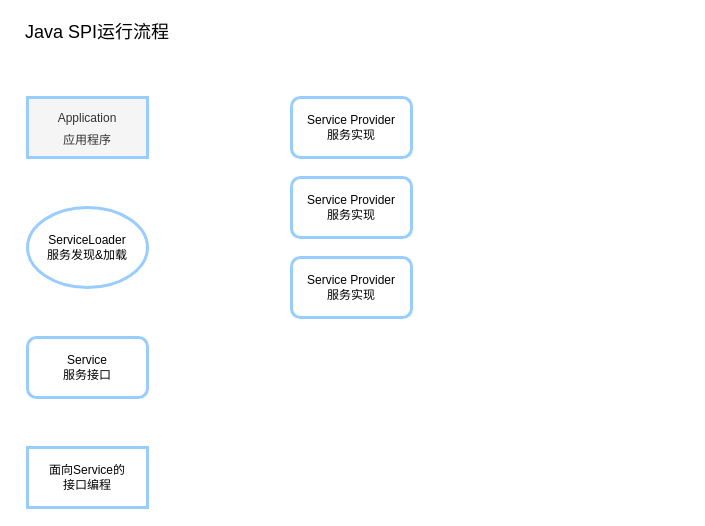
Earlier version of the draw.io diagram Java SPI运行流程.drawio (wenbojob/drawio). Source tidied: cells renumbered, new cells numbered last; positions are measured from the earlier drawing's top-left corner, leaving out a move shared by most shapes. Both pictures are drawn from the tidied source at 100%, with x=0, y=0 at pixel (17, 17).
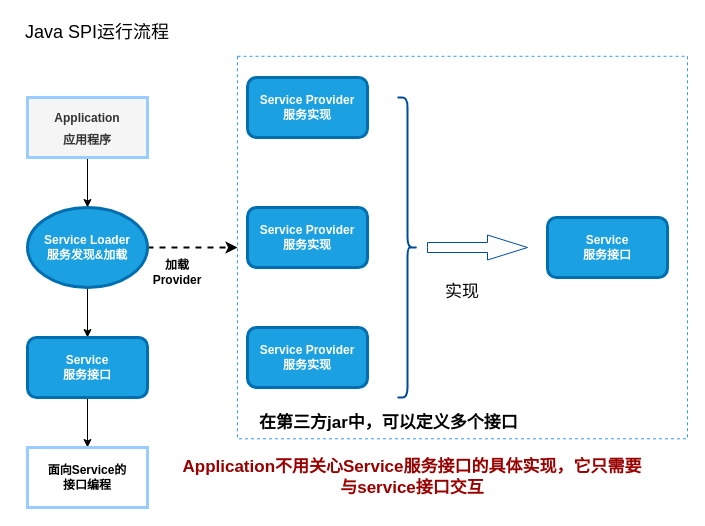
The same page after the edit.

The edit, as a diff of the source:
```diff
@@
+    <mxCell id="10" style="rounded=0;whiteSpace=wrap;html=1;strokeColor=#3399FF;fillColor=none;dashed=1;" parent="1" vertex="1">
+      <mxGeometry x="220" y="38.8" width="450" height="382.5" as="geometry" />
+    </mxCell>
@@
+    <mxCell id="11" style="edgeStyle=orthogonalEdgeStyle;rounded=0;jettySize=auto;html=1;exitX=0.5;exitY=1;exitDx=0;exitDy=0;entryX=0.5;entryY=0;entryDx=0;entryDy=0;fontSize=17;fontColor=#990000;strokeWidth=1;" parent="1" edge="1" source="3" target="4">
+      <mxGeometry relative="1" as="geometry" />
+    </mxCell>
-    <mxCell id="3" value="&lt;font style=&quot;font-size: 12px;&quot;&gt;Application&lt;br&gt;应用程序&lt;/font&gt;" style="rounded=0;whiteSpace=wrap;html=1;fontSize=18;fillColor=#f5f5f5;strokeColor=#99CCFF;fontColor=#333333;perimeterSpacing=0;strokeWidth=3;" parent="1" vertex="1">
+    <mxCell id="3" value="&lt;font style=&quot;font-size: 12px;&quot;&gt;&lt;b&gt;Application&lt;br&gt;应用程序&lt;/b&gt;&lt;/font&gt;" style="rounded=0;whiteSpace=wrap;html=1;fontSize=18;fillColor=#f5f5f5;strokeColor=#99CCFF;fontColor=#333333;perimeterSpacing=0;strokeWidth=3;" parent="1" vertex="1">
       <mxGeometry x="10" y="80" width="120" height="60" as="geometry" />
     </mxCell>
+    <mxCell id="12" style="edgeStyle=orthogonalEdgeStyle;rounded=0;jettySize=auto;html=1;entryX=0;entryY=0.5;entryDx=0;entryDy=0;dashed=1;strokeWidth=2;" parent="1" edge="1" source="4" target="10">
+      <mxGeometry relative="1" as="geometry" />
+    </mxCell>
+    <mxCell id="13" style="edgeStyle=orthogonalEdgeStyle;rounded=0;jettySize=auto;html=1;exitX=0.5;exitY=1;exitDx=0;exitDy=0;entryX=0.5;entryY=0;entryDx=0;entryDy=0;fontSize=17;fontColor=#990000;strokeWidth=1;" parent="1" edge="1" source="4" target="5">
+      <mxGeometry relative="1" as="geometry" />
+    </mxCell>
-    <mxCell id="4" value="ServiceLoader&lt;br&gt;服务发现&amp;amp;加载" style="ellipse;whiteSpace=wrap;html=1;fontSize=12;strokeColor=#99CCFF;strokeWidth=3;fillColor=default;" parent="1" vertex="1">
+    <mxCell id="4" value="&lt;b&gt;Service Loader&lt;br&gt;服务发现&amp;amp;加载&lt;/b&gt;" style="ellipse;whiteSpace=wrap;html=1;fontSize=12;strokeColor=#006EAF;strokeWidth=3;fillColor=#1ba1e2;fontColor=#ffffff;" parent="1" vertex="1">
       <mxGeometry x="10" y="190" width="120" height="80" as="geometry" />
     </mxCell>
+    <mxCell id="14" style="edgeStyle=orthogonalEdgeStyle;rounded=0;jettySize=auto;html=1;exitX=0.5;exitY=1;exitDx=0;exitDy=0;entryX=0.5;entryY=0;entryDx=0;entryDy=0;fontSize=17;fontColor=#990000;strokeWidth=1;" parent="1" edge="1" source="5" target="6">
+      <mxGeometry relative="1" as="geometry" />
+    </mxCell>
-    <mxCell id="5" value="Service&lt;br&gt;服务接口" style="rounded=1;whiteSpace=wrap;html=1;fontSize=12;strokeColor=#99CCFF;strokeWidth=3;fillColor=default;" parent="1" vertex="1">
+    <mxCell id="5" value="&lt;b&gt;Service&lt;br&gt;服务接口&lt;/b&gt;" style="rounded=1;whiteSpace=wrap;html=1;fontSize=12;strokeColor=#006EAF;strokeWidth=3;fillColor=#1ba1e2;fontColor=#ffffff;" parent="1" vertex="1">
       <mxGeometry x="10" y="320" width="120" height="60" as="geometry" />
     </mxCell>
-    <mxCell id="6" value="面向Service的&lt;br&gt;接口编程" style="rounded=0;whiteSpace=wrap;html=1;fontSize=12;strokeColor=#99CCFF;strokeWidth=3;fillColor=default;" parent="1" vertex="1">
+    <mxCell id="6" value="&lt;b&gt;面向Service的&lt;br&gt;接口编程&lt;/b&gt;" style="rounded=0;whiteSpace=wrap;html=1;fontSize=12;strokeWidth=3;strokeColor=#99CCFF;" parent="1" vertex="1">
       <mxGeometry x="10" y="430" width="120" height="60" as="geometry" />
     </mxCell>
-    <mxCell id="7" value="Service Provider&lt;br&gt;服务实现" style="rounded=1;whiteSpace=wrap;html=1;fontSize=12;strokeColor=#99CCFF;strokeWidth=3;fillColor=default;" parent="1" vertex="1">
-      <mxGeometry x="274" y="80" width="120" height="60" as="geometry" />
+    <mxCell id="7" value="&lt;b&gt;Service Provider&lt;br&gt;服务实现&lt;/b&gt;" style="rounded=1;whiteSpace=wrap;html=1;fontSize=12;strokeColor=#006EAF;strokeWidth=3;fillColor=#1ba1e2;fontColor=#ffffff;" parent="1" vertex="1">
+      <mxGeometry x="230" y="60" width="120" height="60" as="geometry" />
     </mxCell>
-    <mxCell id="8" value="Service Provider&lt;br&gt;服务实现" style="rounded=1;whiteSpace=wrap;html=1;fontSize=12;strokeColor=#99CCFF;strokeWidth=3;fillColor=default;" parent="1" vertex="1">
-      <mxGeometry x="274" y="160" width="120" height="60" as="geometry" />
+    <mxCell id="8" value="&lt;b&gt;Service Provider&lt;br&gt;服务实现&lt;/b&gt;" style="rounded=1;whiteSpace=wrap;html=1;fontSize=12;strokeColor=#006EAF;strokeWidth=3;fillColor=#1ba1e2;fontColor=#ffffff;" parent="1" vertex="1">
+      <mxGeometry x="230" y="190" width="120" height="60" as="geometry" />
     </mxCell>
-    <mxCell id="9" value="Service Provider&lt;br&gt;服务实现" style="rounded=1;whiteSpace=wrap;html=1;fontSize=12;strokeColor=#99CCFF;strokeWidth=3;fillColor=default;" parent="1" vertex="1">
-      <mxGeometry x="274" y="240" width="120" height="60" as="geometry" />
+    <mxCell id="9" value="&lt;b&gt;Service Provider&lt;br&gt;服务实现&lt;/b&gt;" style="rounded=1;whiteSpace=wrap;html=1;fontSize=12;strokeColor=#006EAF;strokeWidth=3;fillColor=#1ba1e2;fontColor=#ffffff;" parent="1" vertex="1">
+      <mxGeometry x="230" y="310" width="120" height="60" as="geometry" />
     </mxCell>
+    <mxCell id="15" value="加载Provider" style="text;html=1;strokeColor=none;fillColor=none;align=center;verticalAlign=middle;whiteSpace=wrap;rounded=0;dashed=1;fontStyle=1;" parent="1" vertex="1">
+      <mxGeometry x="130" y="240" width="60" height="30" as="geometry" />
+    </mxCell>
+    <mxCell id="16" value="&lt;b&gt;&lt;font style=&quot;font-size: 17px;&quot;&gt;在第三方jar中，可以定义多个接口&lt;/font&gt;&lt;/b&gt;" style="text;html=1;strokeColor=none;fillColor=none;align=left;verticalAlign=middle;whiteSpace=wrap;rounded=0;dashed=1;" parent="1" vertex="1">
+      <mxGeometry x="240" y="391.2" width="270" height="30" as="geometry" />
+    </mxCell>
+    <mxCell id="17" style="shape=curlyBracket;whiteSpace=wrap;html=1;rounded=1;flipH=1;fontSize=17;strokeColor=#004C99;fillColor=none;strokeWidth=2;" parent="1" vertex="1">
+      <mxGeometry x="380" y="80" width="20" height="300" as="geometry" />
+    </mxCell>
+    <mxCell id="18" style="html=1;shadow=0;dashed=0;align=center;verticalAlign=middle;shape=mxgraph.arrows2.arrow;dy=0.6;dx=40;notch=0;fontSize=17;strokeColor=#004C99;fillColor=none;" parent="1" vertex="1">
+      <mxGeometry x="410" y="217.5" width="100" height="25" as="geometry" />
+    </mxCell>
+    <mxCell id="19" value="&lt;b&gt;Service&lt;br&gt;服务接口&lt;/b&gt;" style="rounded=1;whiteSpace=wrap;html=1;fontSize=12;strokeColor=#006EAF;strokeWidth=3;fillColor=#1ba1e2;fontColor=#ffffff;" parent="1" vertex="1">
+      <mxGeometry x="530" y="200" width="120" height="60" as="geometry" />
+    </mxCell>
+    <mxCell id="20" value="实现" style="text;html=1;strokeColor=none;fillColor=none;align=center;verticalAlign=middle;whiteSpace=wrap;rounded=0;fontSize=17;" parent="1" vertex="1">
+      <mxGeometry x="415" y="260" width="60" height="30" as="geometry" />
+    </mxCell>
+    <mxCell id="21" value="Application不用关心Service服务接口的具体实现，它只需要与service接口交互" style="text;html=1;strokeColor=none;fillColor=none;align=center;verticalAlign=middle;whiteSpace=wrap;rounded=0;fontSize=17;fontStyle=1;fontColor=#990000;" parent="1" vertex="1">
+      <mxGeometry x="160" y="445" width="470" height="30" as="geometry" />
+    </mxCell>
```
